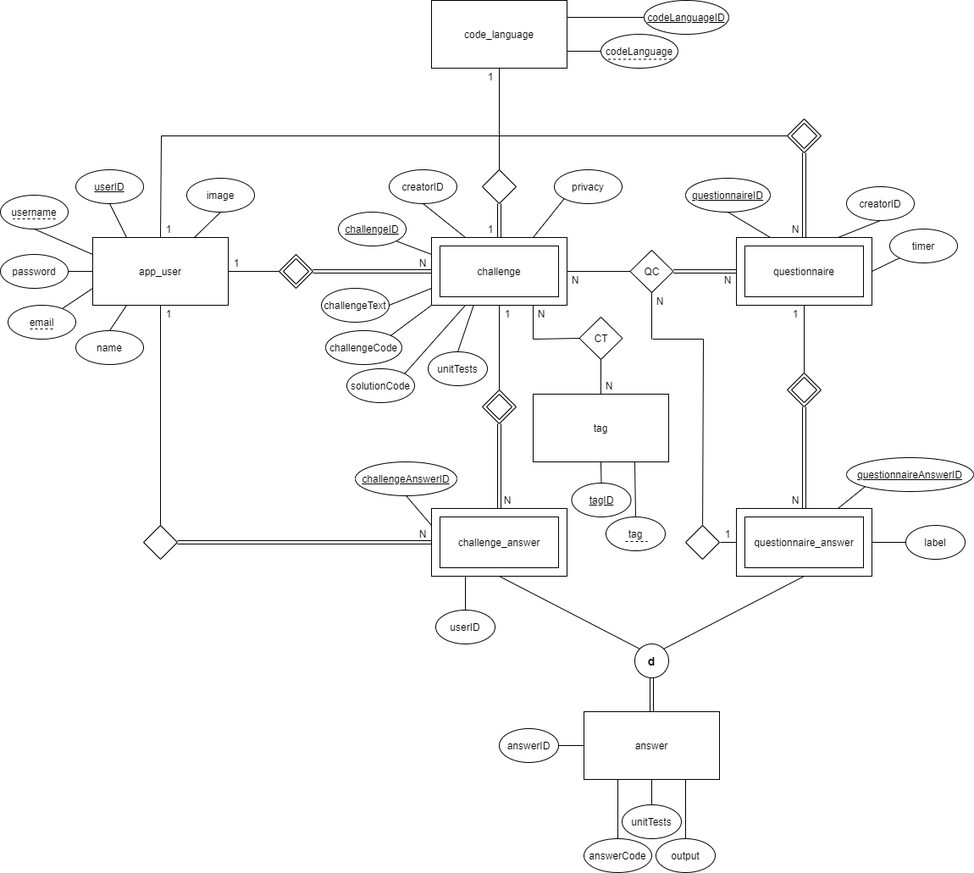
Above: Code/Postgres/Diagram.png in joaoesantos/ise_learning (draw.io), before the change. Source tidied: cells renumbered, new cells last; positions are measured from the earlier drawing's top-left corner, leaving out a move shared by most shapes.
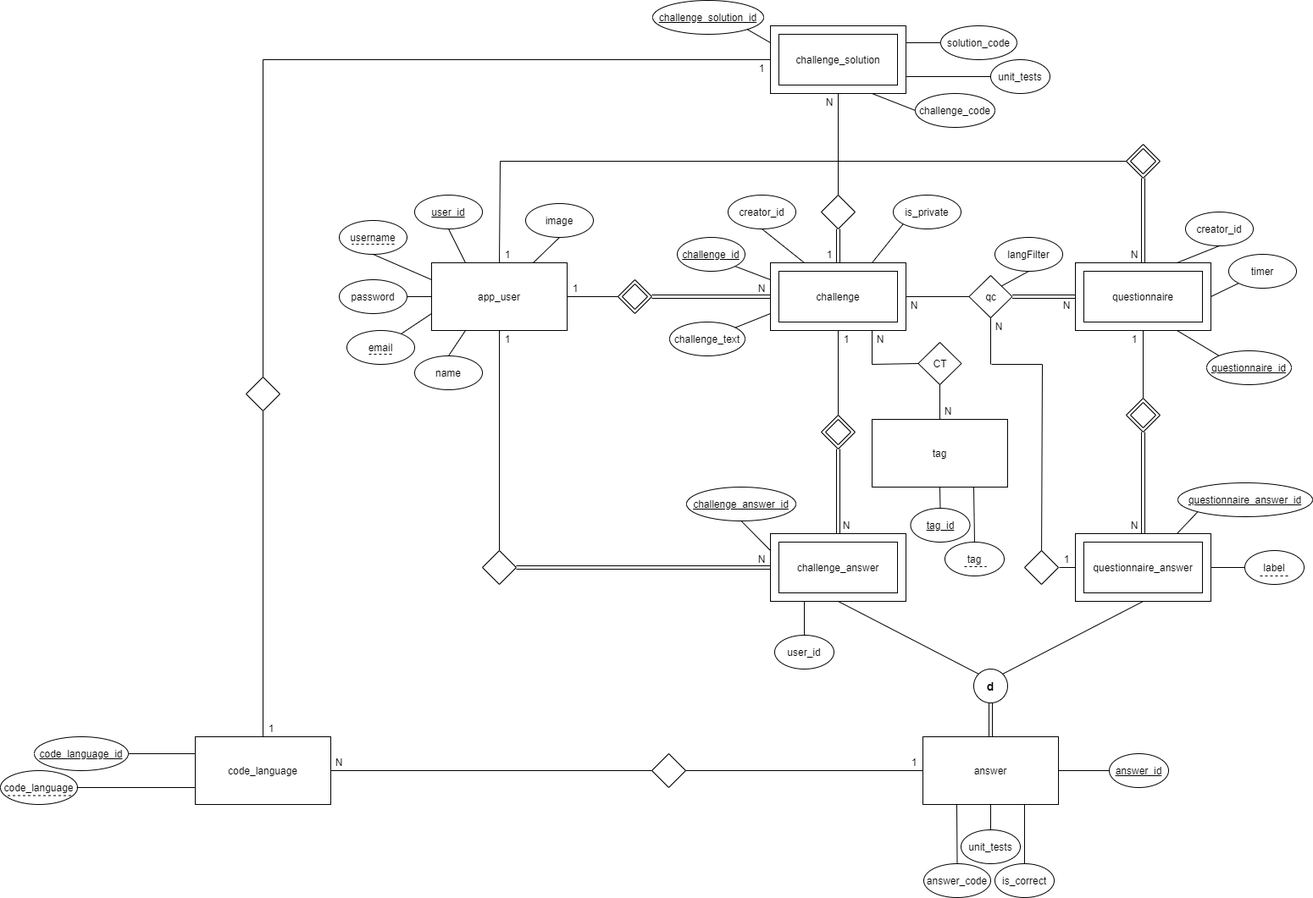
After the change.

Commit message:
# old diagram restaured # fix on createModel

The edit, as a diff of the source:
```diff
@@ -4,3 +4,3 @@
     <mxCell id="1" parent="0" />
-    <mxCell id="2" value="code_language" style="rounded=0;whiteSpace=wrap;html=1;" parent="1" vertex="1">
+    <mxCell id="2" style="rounded=0;whiteSpace=wrap;html=1;" parent="1" vertex="1">
       <mxGeometry x="509" width="160" height="80" as="geometry" />
@@ -19,3 +19,3 @@
     </mxCell>
-    <mxCell id="7" value="&lt;font style=&quot;font-size: 12px&quot;&gt;QC&lt;/font&gt;" style="rhombus;whiteSpace=wrap;html=1;" parent="1" vertex="1">
+    <mxCell id="7" value="&lt;font style=&quot;font-size: 12px&quot;&gt;qc&lt;/font&gt;" style="rhombus;whiteSpace=wrap;html=1;" parent="1" vertex="1">
       <mxGeometry x="743.5" y="295" width="51" height="50" as="geometry" />
@@ -40,8 +40,2 @@
     </mxCell>
-    <mxCell id="14" value="codeLanguage" style="ellipse;whiteSpace=wrap;html=1;" parent="1" vertex="1">
-      <mxGeometry x="709" y="40" width="91" height="40" as="geometry" />
-    </mxCell>
-    <mxCell id="15" style="endArrow=none;html=1;entryX=0;entryY=0.5;entryDx=0;entryDy=0;exitX=1;exitY=0.75;exitDx=0;exitDy=0;" parent="1" edge="1" source="2" target="14">
-      <mxGeometry relative="1" as="geometry" />
-    </mxCell>
     <mxCell id="16" value="1" style="text;html=1;strokeColor=none;fillColor=none;align=center;verticalAlign=middle;whiteSpace=wrap;rounded=0;" parent="1" vertex="1">
@@ -52,3 +46,3 @@
     </mxCell>
-    <mxCell id="18" value="creatorID" style="ellipse;whiteSpace=wrap;html=1;" parent="1" vertex="1">
+    <mxCell id="18" value="creator_id" style="ellipse;whiteSpace=wrap;html=1;" parent="1" vertex="1">
       <mxGeometry x="459" y="200" width="80" height="40" as="geometry" />
@@ -58,3 +52,3 @@
     </mxCell>
-    <mxCell id="20" value="&lt;u&gt;challengeID&lt;/u&gt;" style="ellipse;whiteSpace=wrap;html=1;" parent="1" vertex="1">
+    <mxCell id="20" value="&lt;u&gt;challenge_id&lt;/u&gt;" style="ellipse;whiteSpace=wrap;html=1;" parent="1" vertex="1">
       <mxGeometry x="399" y="250" width="80" height="40" as="geometry" />
@@ -64,6 +58,6 @@
     </mxCell>
-    <mxCell id="22" value="challengeText" style="ellipse;whiteSpace=wrap;html=1;" parent="1" vertex="1">
-      <mxGeometry x="379" y="340" width="80" height="40" as="geometry" />
+    <mxCell id="22" value="challenge_text" style="ellipse;whiteSpace=wrap;html=1;" parent="1" vertex="1">
+      <mxGeometry x="390" y="350" width="89" height="40" as="geometry" />
     </mxCell>
-    <mxCell id="23" value="privacy" style="ellipse;whiteSpace=wrap;html=1;" parent="1" vertex="1">
+    <mxCell id="23" value="is_private" style="ellipse;whiteSpace=wrap;html=1;" parent="1" vertex="1">
       <mxGeometry x="654" y="200" width="80" height="40" as="geometry" />
@@ -73,3 +67,3 @@
     </mxCell>
-    <mxCell id="25" style="endArrow=none;html=1;exitX=1;exitY=0.5;exitDx=0;exitDy=0;entryX=0;entryY=0.75;entryDx=0;entryDy=0;" parent="1" edge="1" source="22" target="3">
+    <mxCell id="25" style="endArrow=none;html=1;entryX=0;entryY=0.75;entryDx=0;entryDy=0;" parent="1" edge="1" source="22" target="3">
       <mxGeometry relative="1" as="geometry" />
@@ -97,16 +91,10 @@
     </mxCell>
-    <mxCell id="33" value="solutionCode" style="ellipse;whiteSpace=wrap;html=1;" parent="1" vertex="1">
-      <mxGeometry x="409" y="435" width="80" height="40" as="geometry" />
-    </mxCell>
-    <mxCell id="34" style="endArrow=none;html=1;exitX=0.25;exitY=1;exitDx=0;exitDy=0;entryX=1;entryY=0;entryDx=0;entryDy=0;" parent="1" edge="1" source="3" target="33">
+    <mxCell id="34" style="endArrow=none;html=1;exitX=0;exitY=0.5;exitDx=0;exitDy=0;entryX=1;entryY=0.75;entryDx=0;entryDy=0;" parent="1" edge="1" source="139" target="2">
       <mxGeometry relative="1" as="geometry" />
     </mxCell>
-    <mxCell id="35" value="unitTests" style="ellipse;whiteSpace=wrap;html=1;" parent="1" vertex="1">
-      <mxGeometry x="505" y="415" width="70" height="40" as="geometry" />
-    </mxCell>
-    <mxCell id="36" style="endArrow=none;html=1;exitX=0.309;exitY=1.01;exitDx=0;exitDy=0;entryX=0.5;entryY=0;entryDx=0;entryDy=0;exitPerimeter=0;" parent="1" edge="1" source="3" target="35">
+    <mxCell id="36" style="endArrow=none;html=1;exitX=0;exitY=0.5;exitDx=0;exitDy=0;entryX=1;entryY=0.25;entryDx=0;entryDy=0;" parent="1" edge="1" source="138" target="2">
       <mxGeometry relative="1" as="geometry" />
     </mxCell>
-    <mxCell id="37" value="answerCode" style="ellipse;whiteSpace=wrap;html=1;" parent="1" vertex="1">
-      <mxGeometry x="689" y="990" width="80" height="40" as="geometry" />
+    <mxCell id="37" value="answer_code" style="ellipse;whiteSpace=wrap;html=1;" parent="1" vertex="1">
+      <mxGeometry x="690" y="990" width="79" height="40" as="geometry" />
     </mxCell>
@@ -115,3 +103,3 @@
     </mxCell>
-    <mxCell id="39" value="unitTests" style="ellipse;whiteSpace=wrap;html=1;" parent="1" vertex="1">
+    <mxCell id="39" value="unit_tests" style="ellipse;whiteSpace=wrap;html=1;" parent="1" vertex="1">
       <mxGeometry x="734" y="950" width="70" height="40" as="geometry" />
@@ -121,3 +109,3 @@
     </mxCell>
-    <mxCell id="41" value="creatorID" style="ellipse;whiteSpace=wrap;html=1;" parent="1" vertex="1">
+    <mxCell id="41" value="creator_id" style="ellipse;whiteSpace=wrap;html=1;" parent="1" vertex="1">
       <mxGeometry x="999" y="220" width="80" height="40" as="geometry" />
@@ -127,3 +115,3 @@
     </mxCell>
-    <mxCell id="43" style="endArrow=none;html=1;exitX=0.25;exitY=0;exitDx=0;exitDy=0;entryX=0.5;entryY=1;entryDx=0;entryDy=0;" parent="1" edge="1" source="6" target="57">
+    <mxCell id="43" style="endArrow=none;html=1;entryX=0.75;entryY=1;entryDx=0;entryDy=0;exitX=0;exitY=0;exitDx=0;exitDy=0;" parent="1" edge="1" source="57" target="6">
       <mxGeometry relative="1" as="geometry" />
@@ -145,4 +133,4 @@
     </mxCell>
-    <mxCell id="49" value="&lt;u&gt;challengeAnswerID&lt;/u&gt;" style="ellipse;whiteSpace=wrap;html=1;" parent="1" vertex="1">
-      <mxGeometry x="419" y="545" width="120" height="40" as="geometry" />
+    <mxCell id="49" value="&lt;u&gt;challenge_answer_id&lt;/u&gt;" style="ellipse;whiteSpace=wrap;html=1;" parent="1" vertex="1">
+      <mxGeometry x="410" y="545" width="129" height="40" as="geometry" />
     </mxCell>
@@ -151,3 +139,3 @@
     </mxCell>
-    <mxCell id="51" value="userID" style="ellipse;whiteSpace=wrap;html=1;" parent="1" vertex="1">
+    <mxCell id="51" value="user_id" style="ellipse;whiteSpace=wrap;html=1;" parent="1" vertex="1">
       <mxGeometry x="514" y="720" width="70" height="40" as="geometry" />
@@ -157,4 +145,4 @@
     </mxCell>
-    <mxCell id="53" value="&lt;u&gt;questionnaireAnswerID&lt;/u&gt;" style="ellipse;whiteSpace=wrap;html=1;" parent="1" vertex="1">
-      <mxGeometry x="999" y="540" width="150" height="40" as="geometry" />
+    <mxCell id="53" value="&lt;u&gt;questionnaire_answer_id&lt;/u&gt;" style="ellipse;whiteSpace=wrap;html=1;" parent="1" vertex="1">
+      <mxGeometry x="990" y="540" width="159" height="40" as="geometry" />
     </mxCell>
@@ -163,10 +151,4 @@
     </mxCell>
-    <mxCell id="55" value="&lt;u&gt;codeLanguageID&lt;/u&gt;" style="ellipse;whiteSpace=wrap;html=1;" parent="1" vertex="1">
-      <mxGeometry x="760" width="100" height="40" as="geometry" />
-    </mxCell>
-    <mxCell id="56" style="endArrow=none;html=1;entryX=0;entryY=0.5;entryDx=0;entryDy=0;exitX=1;exitY=0.25;exitDx=0;exitDy=0;" parent="1" edge="1" source="2" target="55">
-      <mxGeometry relative="1" as="geometry" />
-    </mxCell>
-    <mxCell id="57" value="&lt;u&gt;questionnaireID&lt;/u&gt;" style="ellipse;whiteSpace=wrap;html=1;" parent="1" vertex="1">
-      <mxGeometry x="809" y="210" width="100" height="40" as="geometry" />
+    <mxCell id="57" value="&lt;u&gt;questionnaire_id&lt;/u&gt;" style="ellipse;whiteSpace=wrap;html=1;" parent="1" vertex="1">
+      <mxGeometry x="1024" y="384" width="100" height="40" as="geometry" />
     </mxCell>
@@ -196,3 +178,3 @@
     </mxCell>
-    <mxCell id="66" value="&lt;u&gt;userID&lt;/u&gt;" style="ellipse;whiteSpace=wrap;html=1;" parent="1" vertex="1">
+    <mxCell id="66" value="&lt;u&gt;user_id&lt;/u&gt;" style="ellipse;whiteSpace=wrap;html=1;" parent="1" vertex="1">
       <mxGeometry x="89" y="200" width="80" height="40" as="geometry" />
@@ -233,3 +215,3 @@
     </mxCell>
-    <mxCell id="77" value="&lt;u&gt;tagID&lt;/u&gt;" style="ellipse;whiteSpace=wrap;html=1;" parent="1" vertex="1">
+    <mxCell id="77" value="&lt;u&gt;tag_id&lt;/u&gt;" style="ellipse;whiteSpace=wrap;html=1;" parent="1" vertex="1">
       <mxGeometry x="674.5" y="570" width="70" height="40" as="geometry" />
@@ -254,3 +236,3 @@
     </mxCell>
-    <mxCell id="84" value="1" style="text;html=1;strokeColor=none;fillColor=none;align=center;verticalAlign=middle;whiteSpace=wrap;rounded=0;" parent="1" vertex="1">
+    <mxCell id="84" value="N" style="text;html=1;strokeColor=none;fillColor=none;align=center;verticalAlign=middle;whiteSpace=wrap;rounded=0;" parent="1" vertex="1">
       <mxGeometry x="569" y="80" width="20" height="20" as="geometry" />
@@ -333,14 +315,8 @@
     </mxCell>
-    <mxCell id="107" value="challengeCode" style="ellipse;whiteSpace=wrap;html=1;" parent="1" vertex="1">
-      <mxGeometry x="384" y="390" width="90" height="40" as="geometry" />
+    <mxCell id="107" value="challenge_code" style="ellipse;whiteSpace=wrap;html=1;" parent="1" vertex="1">
+      <mxGeometry x="680" y="80" width="94" height="40" as="geometry" />
     </mxCell>
-    <mxCell id="108" style="endArrow=none;html=1;entryX=0;entryY=1;entryDx=0;entryDy=0;exitX=1;exitY=0;exitDx=0;exitDy=0;" parent="1" edge="1" source="107" target="3">
+    <mxCell id="108" style="endArrow=none;html=1;entryX=0.75;entryY=1;entryDx=0;entryDy=0;exitX=0;exitY=0.5;exitDx=0;exitDy=0;" parent="1" edge="1" source="107" target="2">
       <mxGeometry relative="1" as="geometry" />
     </mxCell>
-    <mxCell id="109" style="endArrow=none;dashed=1;html=1;" parent="1" edge="1">
-      <mxGeometry relative="1" as="geometry">
-        <mxPoint x="792.5" y="69.5" as="sourcePoint" />
-        <mxPoint x="716.5" y="69.5" as="targetPoint" />
-      </mxGeometry>
-    </mxCell>
     <mxCell id="110" style="endArrow=none;dashed=1;html=1;" parent="1" edge="1">
@@ -357,3 +333,3 @@
     </mxCell>
-    <mxCell id="113" value="output" style="ellipse;whiteSpace=wrap;html=1;" parent="1" vertex="1">
+    <mxCell id="113" value="is_correct" style="ellipse;whiteSpace=wrap;html=1;" parent="1" vertex="1">
       <mxGeometry x="774" y="990" width="70" height="40" as="geometry" />
@@ -381,6 +357,6 @@
     </mxCell>
-    <mxCell id="121" value="answerID" style="ellipse;whiteSpace=wrap;html=1;" parent="1" vertex="1">
-      <mxGeometry x="589" y="860" width="70" height="40" as="geometry" />
+    <mxCell id="121" value="&lt;u&gt;answer_id&lt;/u&gt;" style="ellipse;whiteSpace=wrap;html=1;" parent="1" vertex="1">
+      <mxGeometry x="909" y="860" width="70" height="40" as="geometry" />
     </mxCell>
-    <mxCell id="122" style="endArrow=none;html=1;entryX=0;entryY=0.5;entryDx=0;entryDy=0;exitX=1;exitY=0.5;exitDx=0;exitDy=0;" parent="1" edge="1" source="121" target="115">
+    <mxCell id="122" style="endArrow=none;html=1;entryX=1;entryY=0.5;entryDx=0;entryDy=0;exitX=0;exitY=0.5;exitDx=0;exitDy=0;" parent="1" edge="1" source="121" target="115">
       <mxGeometry relative="1" as="geometry" />
@@ -420,2 +396,87 @@
     </mxCell>
+    <mxCell id="131" value="code_language" style="rounded=0;whiteSpace=wrap;html=1;" parent="1" vertex="1">
+      <mxGeometry x="-170" y="840" width="160" height="80" as="geometry" />
+    </mxCell>
+    <mxCell id="132" value="code_language" style="ellipse;whiteSpace=wrap;html=1;" parent="1" vertex="1">
+      <mxGeometry x="-400" y="880" width="91" height="40" as="geometry" />
+    </mxCell>
+    <mxCell id="133" style="endArrow=none;html=1;exitX=0;exitY=0.75;exitDx=0;exitDy=0;entryX=0.989;entryY=0.5;entryDx=0;entryDy=0;entryPerimeter=0;" parent="1" edge="1" source="131" target="132">
+      <mxGeometry relative="1" as="geometry" />
+    </mxCell>
+    <mxCell id="134" value="&lt;u&gt;code_language_id&lt;/u&gt;" style="ellipse;whiteSpace=wrap;html=1;" parent="1" vertex="1">
+      <mxGeometry x="-360" y="840" width="111" height="40" as="geometry" />
+    </mxCell>
+    <mxCell id="135" style="endArrow=none;html=1;exitX=0;exitY=0.25;exitDx=0;exitDy=0;entryX=1;entryY=0.5;entryDx=0;entryDy=0;" parent="1" edge="1" source="131" target="134">
+      <mxGeometry relative="1" as="geometry" />
+    </mxCell>
+    <mxCell id="136" style="endArrow=none;dashed=1;html=1;" parent="1" edge="1">
+      <mxGeometry relative="1" as="geometry">
+        <mxPoint x="-316.5" y="909.5" as="sourcePoint" />
+        <mxPoint x="-392.5" y="909.5" as="targetPoint" />
+      </mxGeometry>
+    </mxCell>
+    <mxCell id="137" value="challenge_solution" style="rounded=0;whiteSpace=wrap;html=1;" parent="1" vertex="1">
+      <mxGeometry x="519" y="10" width="140" height="60" as="geometry" />
+    </mxCell>
+    <mxCell id="138" value="solution_code" style="ellipse;whiteSpace=wrap;html=1;" parent="1" vertex="1">
+      <mxGeometry x="710" width="90" height="40" as="geometry" />
+    </mxCell>
+    <mxCell id="139" value="unit_tests" style="ellipse;whiteSpace=wrap;html=1;" parent="1" vertex="1">
+      <mxGeometry x="769" y="40" width="70" height="40" as="geometry" />
+    </mxCell>
+    <mxCell id="140" style="endArrow=none;html=1;exitX=0.5;exitY=0;exitDx=0;exitDy=0;entryX=0.5;entryY=1;entryDx=0;entryDy=0;" parent="1" edge="1" source="131" target="141">
+      <mxGeometry relative="1" as="geometry" />
+    </mxCell>
+    <mxCell id="141" style="rhombus;whiteSpace=wrap;html=1;" parent="1" vertex="1">
+      <mxGeometry x="-110" y="415" width="40" height="40" as="geometry" />
+    </mxCell>
+    <mxCell id="142" style="endArrow=none;html=1;entryX=0.5;entryY=0;entryDx=0;entryDy=0;" parent="1" edge="1" target="141">
+      <mxGeometry relative="1" as="geometry">
+        <mxPoint x="-90" y="40" as="sourcePoint" />
+      </mxGeometry>
+    </mxCell>
+    <mxCell id="143" style="endArrow=none;html=1;exitX=0;exitY=0.5;exitDx=0;exitDy=0;" parent="1" edge="1" source="2">
+      <mxGeometry relative="1" as="geometry">
+        <mxPoint x="-90" y="40" as="targetPoint" />
+      </mxGeometry>
+    </mxCell>
+    <mxCell id="144" style="rhombus;whiteSpace=wrap;html=1;" parent="1" vertex="1">
+      <mxGeometry x="369" y="860" width="40" height="40" as="geometry" />
+    </mxCell>
+    <mxCell id="145" style="endArrow=none;html=1;entryX=0;entryY=0.5;entryDx=0;entryDy=0;exitX=1;exitY=0.5;exitDx=0;exitDy=0;" parent="1" edge="1" source="131" target="144">
+      <mxGeometry relative="1" as="geometry" />
+    </mxCell>
+    <mxCell id="146" style="endArrow=none;html=1;entryX=0;entryY=0.5;entryDx=0;entryDy=0;exitX=1;exitY=0.5;exitDx=0;exitDy=0;" parent="1" edge="1" source="144" target="115">
+      <mxGeometry relative="1" as="geometry" />
+    </mxCell>
+    <mxCell id="147" value="N" style="text;html=1;strokeColor=none;fillColor=none;align=center;verticalAlign=middle;whiteSpace=wrap;rounded=0;" parent="1" vertex="1">
+      <mxGeometry x="-10" y="860" width="20" height="20" as="geometry" />
+    </mxCell>
+    <mxCell id="148" value="1" style="text;html=1;strokeColor=none;fillColor=none;align=center;verticalAlign=middle;whiteSpace=wrap;rounded=0;" parent="1" vertex="1">
+      <mxGeometry x="669" y="860" width="20" height="20" as="geometry" />
+    </mxCell>
+    <mxCell id="149" value="1" style="text;html=1;strokeColor=none;fillColor=none;align=center;verticalAlign=middle;whiteSpace=wrap;rounded=0;" parent="1" vertex="1">
+      <mxGeometry x="-90" y="820" width="20" height="20" as="geometry" />
+    </mxCell>
+    <mxCell id="150" value="1" style="text;html=1;strokeColor=none;fillColor=none;align=center;verticalAlign=middle;whiteSpace=wrap;rounded=0;" parent="1" vertex="1">
+      <mxGeometry x="489" y="40" width="20" height="20" as="geometry" />
+    </mxCell>
+    <mxCell id="151" value="langFilter" style="ellipse;whiteSpace=wrap;html=1;" parent="1" vertex="1">
+      <mxGeometry x="774" y="250" width="80" height="40" as="geometry" />
+    </mxCell>
+    <mxCell id="152" style="endArrow=none;html=1;entryX=0.5;entryY=1;entryDx=0;entryDy=0;exitX=1;exitY=0;exitDx=0;exitDy=0;" parent="1" edge="1" source="7" target="151">
+      <mxGeometry relative="1" as="geometry" />
+    </mxCell>
+    <mxCell id="153" value="&lt;u&gt;challenge_solution_id&lt;/u&gt;" style="ellipse;whiteSpace=wrap;html=1;" parent="1" vertex="1">
+      <mxGeometry x="370" y="-30" width="131" height="40" as="geometry" />
+    </mxCell>
+    <mxCell id="154" style="endArrow=none;html=1;entryX=1;entryY=1;entryDx=0;entryDy=0;exitX=0;exitY=0.25;exitDx=0;exitDy=0;" parent="1" edge="1" source="2" target="153">
+      <mxGeometry relative="1" as="geometry" />
+    </mxCell>
+    <mxCell id="155" style="endArrow=none;dashed=1;html=1;" parent="1" edge="1">
+      <mxGeometry relative="1" as="geometry">
+        <mxPoint x="1120" y="650" as="sourcePoint" />
+        <mxPoint x="1086" y="650" as="targetPoint" />
+      </mxGeometry>
+    </mxCell>
   </root>
```
